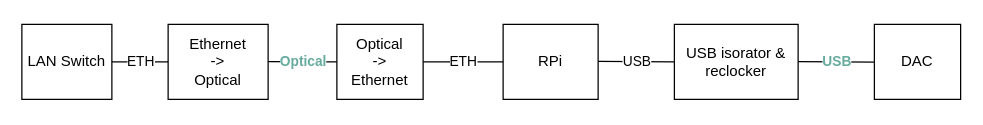
This is digital_transport_isolation.drawio from maniac0r/audio, a draw.io file, before an edit. Source tidied: cells renumbered, new cells numbered last; positions are measured from the earlier drawing's top-left corner, leaving out a move shared by most shapes. Both pictures are drawn from the tidied source at 125%, with x=0, y=0 at pixel (21, 24).
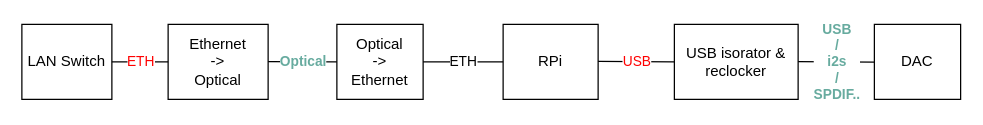
After the change.

Change to the diagram source:
```diff
@@
 <mxGraphModel>
   <root>
     <mxCell id="0" />
     <mxCell id="1" parent="0" />
     <mxCell id="2" value="RPi" style="rounded=0;whiteSpace=wrap;html=1;" parent="1" vertex="1">
       <mxGeometry x="385" width="76" height="60" as="geometry" />
     </mxCell>
     <mxCell id="3" value="USB isorator &amp;amp; reclocker" style="rounded=0;whiteSpace=wrap;html=1;" parent="1" vertex="1">
       <mxGeometry x="522" width="99" height="60" as="geometry" />
     </mxCell>
     <mxCell id="4" value="DAC" style="rounded=0;whiteSpace=wrap;html=1;" parent="1" vertex="1">
       <mxGeometry x="682" width="69" height="60" as="geometry" />
     </mxCell>
     <mxCell id="5" value="Optical&lt;br&gt;-&amp;gt;&lt;br&gt;Ethernet" style="rounded=0;whiteSpace=wrap;html=1;" parent="1" vertex="1">
       <mxGeometry x="252" width="69" height="60" as="geometry" />
     </mxCell>
     <mxCell id="6" value="Ethernet&lt;br&gt;-&amp;gt;&lt;br&gt;Optical" style="rounded=0;whiteSpace=wrap;html=1;" parent="1" vertex="1">
       <mxGeometry x="117" width="80" height="60" as="geometry" />
     </mxCell>
     <mxCell id="7" value="LAN Switch" style="rounded=0;whiteSpace=wrap;html=1;" parent="1" vertex="1">
       <mxGeometry width="72" height="60" as="geometry" />
     </mxCell>
-    <mxCell id="8" value="ETH" style="endArrow=none;html=1;exitX=1;exitY=0.5;exitDx=0;exitDy=0;entryX=0;entryY=0.5;entryDx=0;entryDy=0;" parent="1" edge="1" source="7" target="6">
+    <mxCell id="8" value="&lt;font color=&quot;#ff0000&quot;&gt;ETH&lt;/font&gt;" style="endArrow=none;html=1;exitX=1;exitY=0.5;exitDx=0;exitDy=0;entryX=0;entryY=0.5;entryDx=0;entryDy=0;" parent="1" edge="1" source="7" target="6">
       <mxGeometry relative="1" as="geometry" />
     </mxCell>
     <mxCell id="9" value="ETH" style="endArrow=none;html=1;exitX=1;exitY=0.5;exitDx=0;exitDy=0;entryX=0;entryY=0.5;entryDx=0;entryDy=0;" parent="1" edge="1" source="5" target="2">
       <mxGeometry relative="1" as="geometry" />
     </mxCell>
     <mxCell id="10" value="&lt;font color=&quot;#67ab9f&quot;&gt;Optical&lt;/font&gt;" style="endArrow=none;html=1;exitX=1;exitY=0.5;exitDx=0;exitDy=0;entryX=0;entryY=0.5;entryDx=0;entryDy=0;fontStyle=1;" parent="1" edge="1" target="5">
       <mxGeometry relative="1" as="geometry">
         <mxPoint x="197" y="29.8" as="sourcePoint" />
       </mxGeometry>
     </mxCell>
-    <mxCell id="11" value="USB" style="endArrow=none;html=1;exitX=1;exitY=0.5;exitDx=0;exitDy=0;entryX=0;entryY=0.5;entryDx=0;entryDy=0;" parent="1" edge="1" target="3">
+    <mxCell id="11" value="&lt;font color=&quot;#ff0000&quot;&gt;USB&lt;/font&gt;" style="endArrow=none;html=1;exitX=1;exitY=0.5;exitDx=0;exitDy=0;entryX=0;entryY=0.5;entryDx=0;entryDy=0;" parent="1" edge="1" target="3">
       <mxGeometry relative="1" as="geometry">
         <mxPoint x="461" y="29.6" as="sourcePoint" />
       </mxGeometry>
     </mxCell>
-    <mxCell id="12" value="&lt;font color=&quot;#67ab9f&quot;&gt;USB&lt;/font&gt;" style="endArrow=none;html=1;exitX=1;exitY=0.5;exitDx=0;exitDy=0;entryX=0;entryY=0.5;entryDx=0;entryDy=0;fontStyle=1;" parent="1" edge="1">
+    <mxCell id="12" value="&lt;font color=&quot;#67ab9f&quot;&gt;USB&lt;br&gt;/&lt;br&gt;i2s&lt;br&gt;/ &lt;br&gt;SPDIF..&lt;br&gt;&lt;/font&gt;" style="endArrow=none;html=1;exitX=1;exitY=0.5;exitDx=0;exitDy=0;entryX=0;entryY=0.5;entryDx=0;entryDy=0;fontStyle=1;" parent="1" edge="1">
       <mxGeometry relative="1" as="geometry">
         <mxPoint x="621" y="29.8" as="sourcePoint" />
         <mxPoint x="682" y="30.2" as="targetPoint" />
       </mxGeometry>
     </mxCell>
   </root>
 </mxGraphModel>
```
